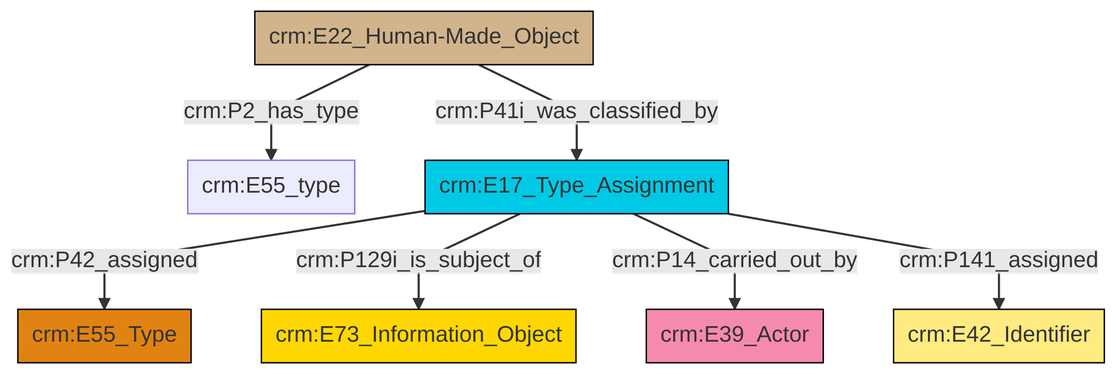
Above: et/builtWorkCSV/ttl/mmd/png/Built_Work_designation_status.png in swiss-art-research-net/reference-data-models (Mermaid), before the change. Its source is kept beside it as et/builtWorkCSV/ttl/mmd/Built_Work_designation_status.ttl.mmd.
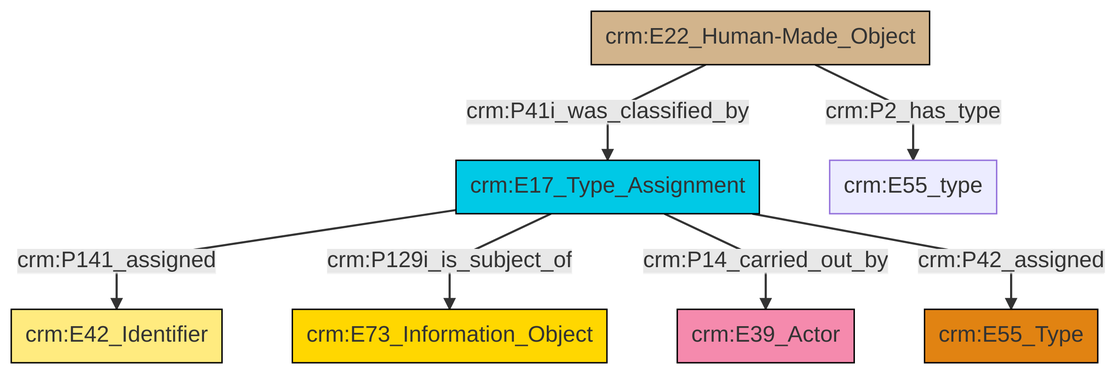
Later version of the same file.

Diff of the diagram source:
```diff
@@ -13,9 +13,9 @@
 classDef PC_Classes fill:#4ce600, stroke:#000000;
 classDef Multi fill:#cccccc,stroke:#000000;
 
-0["crm:E22_Human-Made_Object"]:::Physical_Thing -->|crm:P2_has_type| 2["crm:E55_type"]:::Default
-0["crm:E22_Human-Made_Object"]:::Physical_Thing -->|crm:P41i_was_classified_by| 5["crm:E17_Type_Assignment"]:::Temporal_Entity
-5["crm:E17_Type_Assignment"]:::Temporal_Entity -->|crm:P42_assigned| 10["crm:E55_Type"]:::Type
-5["crm:E17_Type_Assignment"]:::Temporal_Entity -->|crm:P129i_is_subject_of| 3["crm:E73_Information_Object"]:::Conceptual_Object
-5["crm:E17_Type_Assignment"]:::Temporal_Entity -->|crm:P14_carried_out_by| 13["crm:E39_Actor"]:::Actor
-5["crm:E17_Type_Assignment"]:::Temporal_Entity -->|crm:P141_assigned| 7["crm:E42_Identifier"]:::Appellation
+0["crm:E17_Type_Assignment"]:::Temporal_Entity -->|crm:P141_assigned| 1["crm:E42_Identifier"]:::Appellation
+0["crm:E17_Type_Assignment"]:::Temporal_Entity -->|crm:P129i_is_subject_of| 2["crm:E73_Information_Object"]:::Conceptual_Object
+0["crm:E17_Type_Assignment"]:::Temporal_Entity -->|crm:P14_carried_out_by| 6["crm:E39_Actor"]:::Actor
+4["crm:E22_Human-Made_Object"]:::Physical_Thing -->|crm:P2_has_type| 8["crm:E55_type"]:::Default
+0["crm:E17_Type_Assignment"]:::Temporal_Entity -->|crm:P42_assigned| 9["crm:E55_Type"]:::Type
+4["crm:E22_Human-Made_Object"]:::Physical_Thing -->|crm:P41i_was_classified_by| 0["crm:E17_Type_Assignment"]:::Temporal_Entity
```
